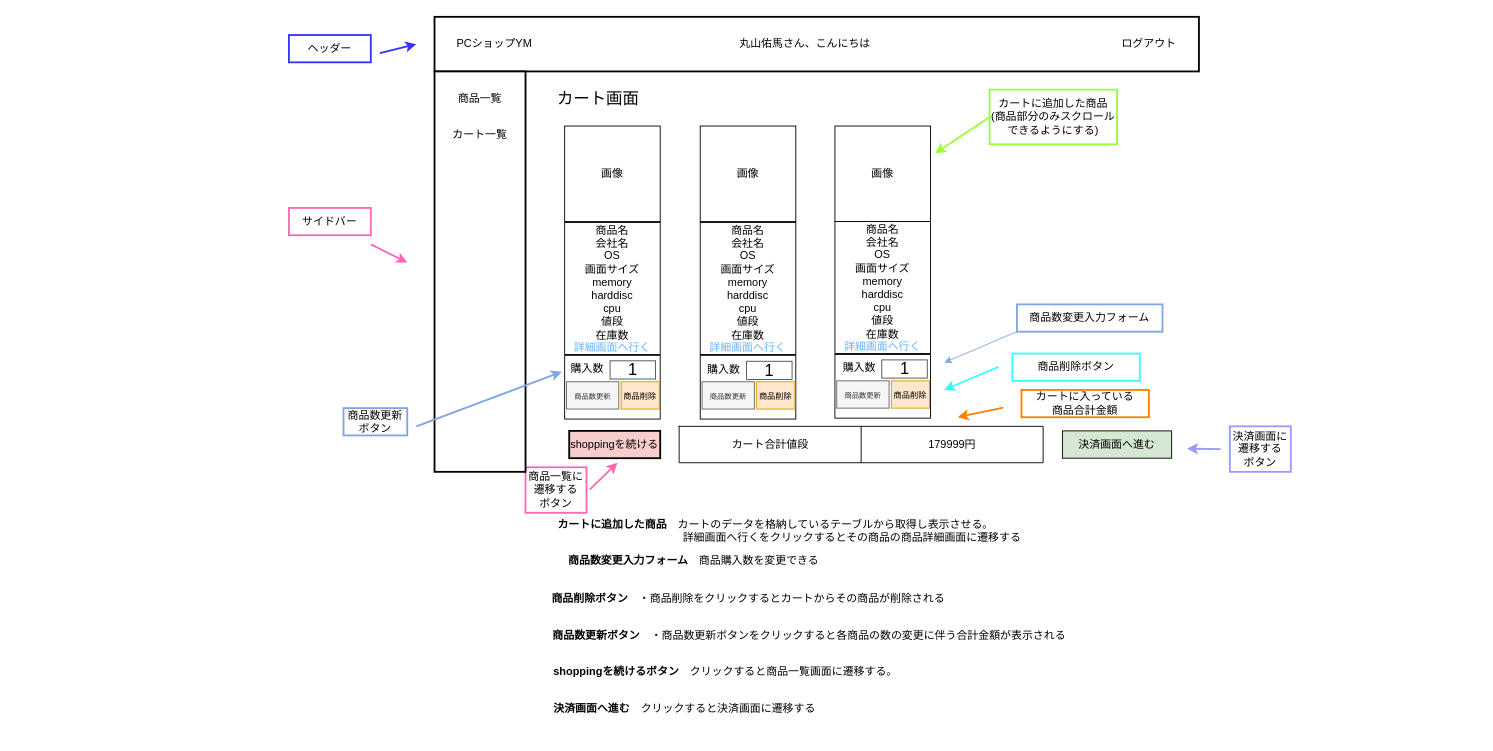
The draw.io diagram page "カート画面" (5 of 25) of src/main/resources/templates/shopping/Untitled Diagram.drawio in YumaMaruyama/ITworksTRYshopping, before the edit. Source tidied: cells renumbered, new cells numbered last; positions are measured from the earlier drawing's top-left corner, leaving out a move shared by most shapes. Both pictures are drawn from the tidied source at 91%, with x=0, y=0 at pixel (15, 16).
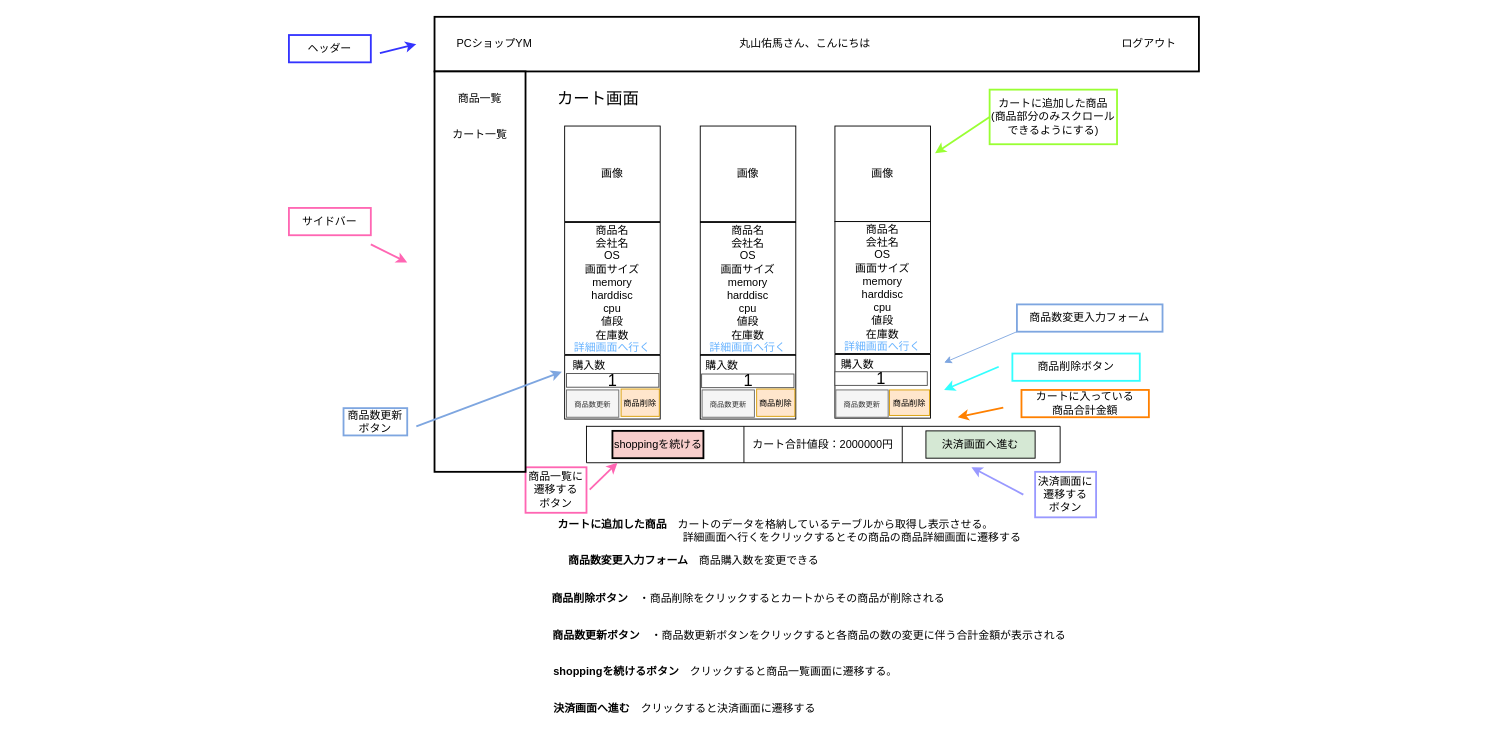
The same diagram, later.

Commit message:
カート画面　画面設計

What changed in the source:
```diff
@@
     <mxCell id="9" style="shape=table;startSize=0;childLayout=tableLayout;" parent="1" vertex="1">
-      <mxGeometry x="728.8" y="450" width="400" height="40" as="geometry" />
+      <mxGeometry x="627" y="450" width="520.5" height="40" as="geometry" />
     </mxCell>
     <mxCell id="10" style="shape=partialRectangle;fillColor=none;top=0;left=0;bottom=0;right=0;" parent="9" vertex="1">
-      <mxGeometry width="400" height="40" as="geometry" />
+      <mxGeometry width="520.5" height="40" as="geometry" />
     </mxCell>
+    <mxCell id="59" style="shape=partialRectangle;html=1;whiteSpace=wrap;overflow=hidden;fillColor=none;top=0;left=0;bottom=0;right=0;" parent="10" vertex="1">
+      <mxGeometry width="173" height="40" as="geometry" />
+    </mxCell>
-    <mxCell id="11" value="カート合計値段" style="shape=partialRectangle;html=1;whiteSpace=wrap;overflow=hidden;fillColor=none;top=0;left=0;bottom=0;right=0;" parent="10" vertex="1">
-      <mxGeometry width="200" height="40" as="geometry" />
+    <mxCell id="11" value="カート合計値段：2000000円" style="shape=partialRectangle;html=1;whiteSpace=wrap;overflow=hidden;fillColor=none;top=0;left=0;bottom=0;right=0;" parent="10" vertex="1">
+      <mxGeometry x="173" width="174" height="40" as="geometry" />
     </mxCell>
-    <mxCell id="12" value="179999円" style="shape=partialRectangle;html=1;whiteSpace=wrap;overflow=hidden;fillColor=none;top=0;left=0;bottom=0;right=0;" parent="10" vertex="1">
-      <mxGeometry x="200" width="200" height="40" as="geometry" />
-    </mxCell>
+    <mxCell id="60" style="shape=partialRectangle;html=1;whiteSpace=wrap;overflow=hidden;fillColor=none;top=0;left=0;bottom=0;right=0;" parent="10" vertex="1">
+      <mxGeometry x="347" width="174" height="40" as="geometry" />
+    </mxCell>
     <mxCell id="13" value="shoppingを続ける" style="rounded=0;whiteSpace=wrap;html=1;fillColor=#f8cecc;strokeWidth=2;" parent="1" vertex="1">
-      <mxGeometry x="608" y="455" width="100" height="30" as="geometry" />
+      <mxGeometry x="655.5" y="455" width="100" height="30" as="geometry" />
     </mxCell>
     <mxCell id="14" value="決済画面へ進む" style="rounded=0;whiteSpace=wrap;html=1;fillColor=#d5e8d4;" parent="1" vertex="1">
-      <mxGeometry x="1150" y="455" width="120" height="30" as="geometry" />
+      <mxGeometry x="1000" y="455" width="120" height="30" as="geometry" />
     </mxCell>
@@
     <mxCell id="26" value="決済画面に遷移する&lt;br&gt;ボタン" style="rounded=0;whiteSpace=wrap;html=1;strokeWidth=2;strokeColor=#9999FF;" parent="1" vertex="1">
-      <mxGeometry x="1334" y="450" width="67" height="50" as="geometry" />
+      <mxGeometry x="1120" y="500" width="67" height="50" as="geometry" />
     </mxCell>
     <mxCell id="27" style="endArrow=classic;html=1;strokeWidth=2;strokeColor=#9999FF;" parent="1" edge="1">
       <mxGeometry relative="1" as="geometry">
-        <mxPoint x="1324" y="475" as="sourcePoint" />
-        <mxPoint x="1287" y="474.5" as="targetPoint" />
+        <mxPoint x="1107" y="525" as="sourcePoint" />
+        <mxPoint x="1050" y="495" as="targetPoint" />
       </mxGeometry>
     </mxCell>
@@
     <mxCell id="31" value="購入数" style="text;html=1;strokeColor=none;fillColor=none;align=center;verticalAlign=middle;whiteSpace=wrap;rounded=0;" parent="1" vertex="1">
-      <mxGeometry x="906.8" y="376" width="40" height="20" as="geometry" />
+      <mxGeometry x="904.8" y="372" width="40" height="20" as="geometry" />
     </mxCell>
@@
     <mxCell id="40" value="&lt;font style=&quot;font-size: 18px&quot;&gt;1&lt;/font&gt;" style="rounded=0;whiteSpace=wrap;html=1;strokeColor=#4D4D4D;" parent="1" vertex="1">
-      <mxGeometry x="951.5" y="377" width="50" height="20" as="geometry" />
+      <mxGeometry x="900" y="390" width="101.5" height="15" as="geometry" />
     </mxCell>
@@
     <mxCell id="45" value="&lt;font style=&quot;font-size: 8px&quot;&gt;商品数更新&lt;/font&gt;" style="rounded=0;whiteSpace=wrap;html=1;strokeColor=#666666;fillColor=#f5f5f5;fontColor=#333333;" parent="1" vertex="1">
-      <mxGeometry x="902" y="400" width="57.5" height="30" as="geometry" />
+      <mxGeometry x="901" y="410" width="57.5" height="30" as="geometry" />
     </mxCell>
     <mxCell id="46" value="&lt;font style=&quot;font-size: 9px&quot;&gt;商品削除&lt;/font&gt;" style="rounded=0;whiteSpace=wrap;html=1;fillColor=#ffe6cc;strokeColor=#d79b00;" parent="1" vertex="1">
-      <mxGeometry x="962" y="400" width="42" height="30" as="geometry" />
+      <mxGeometry x="960" y="410" width="44" height="28" as="geometry" />
     </mxCell>
@@
     <mxCell id="49" value="&lt;font style=&quot;font-size: 8px&quot;&gt;商品数更新&lt;/font&gt;" style="rounded=0;whiteSpace=wrap;html=1;strokeColor=#666666;fillColor=#f5f5f5;fontColor=#333333;" parent="1" vertex="1">
-      <mxGeometry x="605" y="401" width="57.5" height="30" as="geometry" />
+      <mxGeometry x="605" y="410" width="57.5" height="30" as="geometry" />
     </mxCell>
     <mxCell id="50" value="&lt;font style=&quot;font-size: 9px&quot;&gt;商品削除&lt;/font&gt;" style="rounded=0;whiteSpace=wrap;html=1;fillColor=#ffe6cc;strokeColor=#d79b00;" parent="1" vertex="1">
-      <mxGeometry x="665" y="401" width="42" height="30" as="geometry" />
+      <mxGeometry x="665" y="409" width="42" height="30" as="geometry" />
     </mxCell>
@@
     <mxCell id="53" value="&lt;font style=&quot;font-size: 8px&quot;&gt;商品数更新&lt;/font&gt;" style="rounded=0;whiteSpace=wrap;html=1;strokeColor=#666666;fillColor=#f5f5f5;fontColor=#333333;" parent="1" vertex="1">
-      <mxGeometry x="754" y="401" width="57.5" height="30" as="geometry" />
+      <mxGeometry x="754" y="410" width="57.5" height="30" as="geometry" />
     </mxCell>
     <mxCell id="54" value="&lt;font style=&quot;font-size: 9px&quot;&gt;商品削除&lt;/font&gt;" style="rounded=0;whiteSpace=wrap;html=1;fillColor=#ffe6cc;strokeColor=#d79b00;" parent="1" vertex="1">
-      <mxGeometry x="814" y="401" width="42" height="30" as="geometry" />
+      <mxGeometry x="814" y="409" width="42" height="30" as="geometry" />
     </mxCell>
-    <mxCell id="55" value="購入数" style="text;html=1;strokeColor=none;fillColor=none;align=center;verticalAlign=middle;whiteSpace=wrap;rounded=0;" parent="1" vertex="1">
-      <mxGeometry x="758.1" y="377.5" width="40" height="20" as="geometry" />
-    </mxCell>
-    <mxCell id="56" value="&lt;font style=&quot;font-size: 18px&quot;&gt;1&lt;/font&gt;" style="rounded=0;whiteSpace=wrap;html=1;strokeColor=#4D4D4D;" parent="1" vertex="1">
-      <mxGeometry x="802.9" y="378.5" width="50" height="20" as="geometry" />
-    </mxCell>
-    <mxCell id="57" value="購入数" style="text;html=1;strokeColor=none;fillColor=none;align=center;verticalAlign=middle;whiteSpace=wrap;rounded=0;" parent="1" vertex="1">
-      <mxGeometry x="608.1" y="377" width="40" height="20" as="geometry" />
-    </mxCell>
-    <mxCell id="58" value="&lt;font style=&quot;font-size: 18px&quot;&gt;1&lt;/font&gt;" style="rounded=0;whiteSpace=wrap;html=1;strokeColor=#4D4D4D;" parent="1" vertex="1">
-      <mxGeometry x="652.9" y="378" width="50" height="20" as="geometry" />
-    </mxCell>
+    <mxCell id="61" value="購入数" style="text;html=1;strokeColor=none;fillColor=none;align=center;verticalAlign=middle;whiteSpace=wrap;rounded=0;" parent="1" vertex="1">
+      <mxGeometry x="755.5" y="374" width="40" height="20" as="geometry" />
+    </mxCell>
+    <mxCell id="62" value="&lt;font style=&quot;font-size: 18px&quot;&gt;1&lt;/font&gt;" style="rounded=0;whiteSpace=wrap;html=1;strokeColor=#4D4D4D;" parent="1" vertex="1">
+      <mxGeometry x="753.5" y="392.5" width="101.5" height="15" as="geometry" />
+    </mxCell>
+    <mxCell id="63" value="購入数" style="text;html=1;strokeColor=none;fillColor=none;align=center;verticalAlign=middle;whiteSpace=wrap;rounded=0;" parent="1" vertex="1">
+      <mxGeometry x="609.8" y="374" width="40" height="20" as="geometry" />
+    </mxCell>
+    <mxCell id="64" value="&lt;font style=&quot;font-size: 18px&quot;&gt;1&lt;/font&gt;" style="rounded=0;whiteSpace=wrap;html=1;strokeColor=#4D4D4D;" parent="1" vertex="1">
+      <mxGeometry x="605" y="392" width="101.5" height="15" as="geometry" />
+    </mxCell>
```
